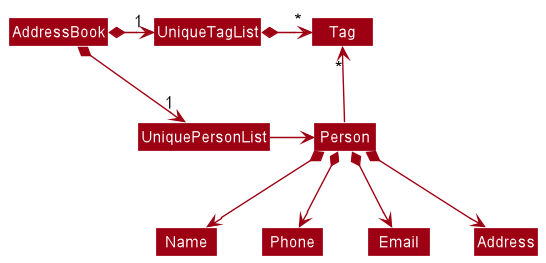
Earlier version of the PlantUML export docs/images/BetterModelClassDiagram.png (nus-cs2103-AY2122S1/tp).
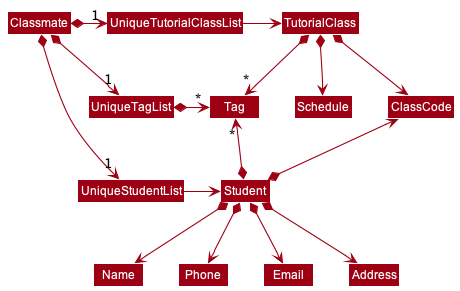
Later version of the same file.

The edit, as a diff of the source:
```diff
@@ -4,18 +4,26 @@
 skinparam arrowColor MODEL_COLOR
 skinparam classBackgroundColor MODEL_COLOR
 
-AddressBook *-right-> "1" UniquePersonList
-AddressBook *-right-> "1" UniqueTagList
-UniqueTagList -[hidden]down- UniquePersonList
-UniqueTagList -[hidden]down- UniquePersonList
+Classmate *-right-> "1" UniqueTutorialClassList
+Classmate *-right-> "1" UniqueStudentList
+Classmate *-right-> "1" UniqueTagList
+UniqueTutorialClassList -[hidden]down- UniqueTagList
+UniqueTagList -[hidden]down- UniqueStudentList
+UniqueTagList -[hidden]down- UniqueStudentList
 
+UniqueTutorialClassList -right-> TutorialClass
 UniqueTagList *-right-> "*" Tag
-UniquePersonList -right-> Person
+UniqueStudentList -right-> Student
 
-Person -up-> "*" Tag
+TutorialClass *-down-> ClassCode
+TutorialClass *-down-> "*" Tag
+Student *-up-> ClassCode
+Student *-up-> "*" Tag
+Tag -[hidden]right- ClassCode
 
-Person *--> Name
-Person *--> Phone
-Person *--> Email
-Person *--> Address
+Student *--> Name
+Student *--> Phone
+Student *--> Email
+Student *--> Address
+TutorialClass *--> Schedule
 @enduml
```
